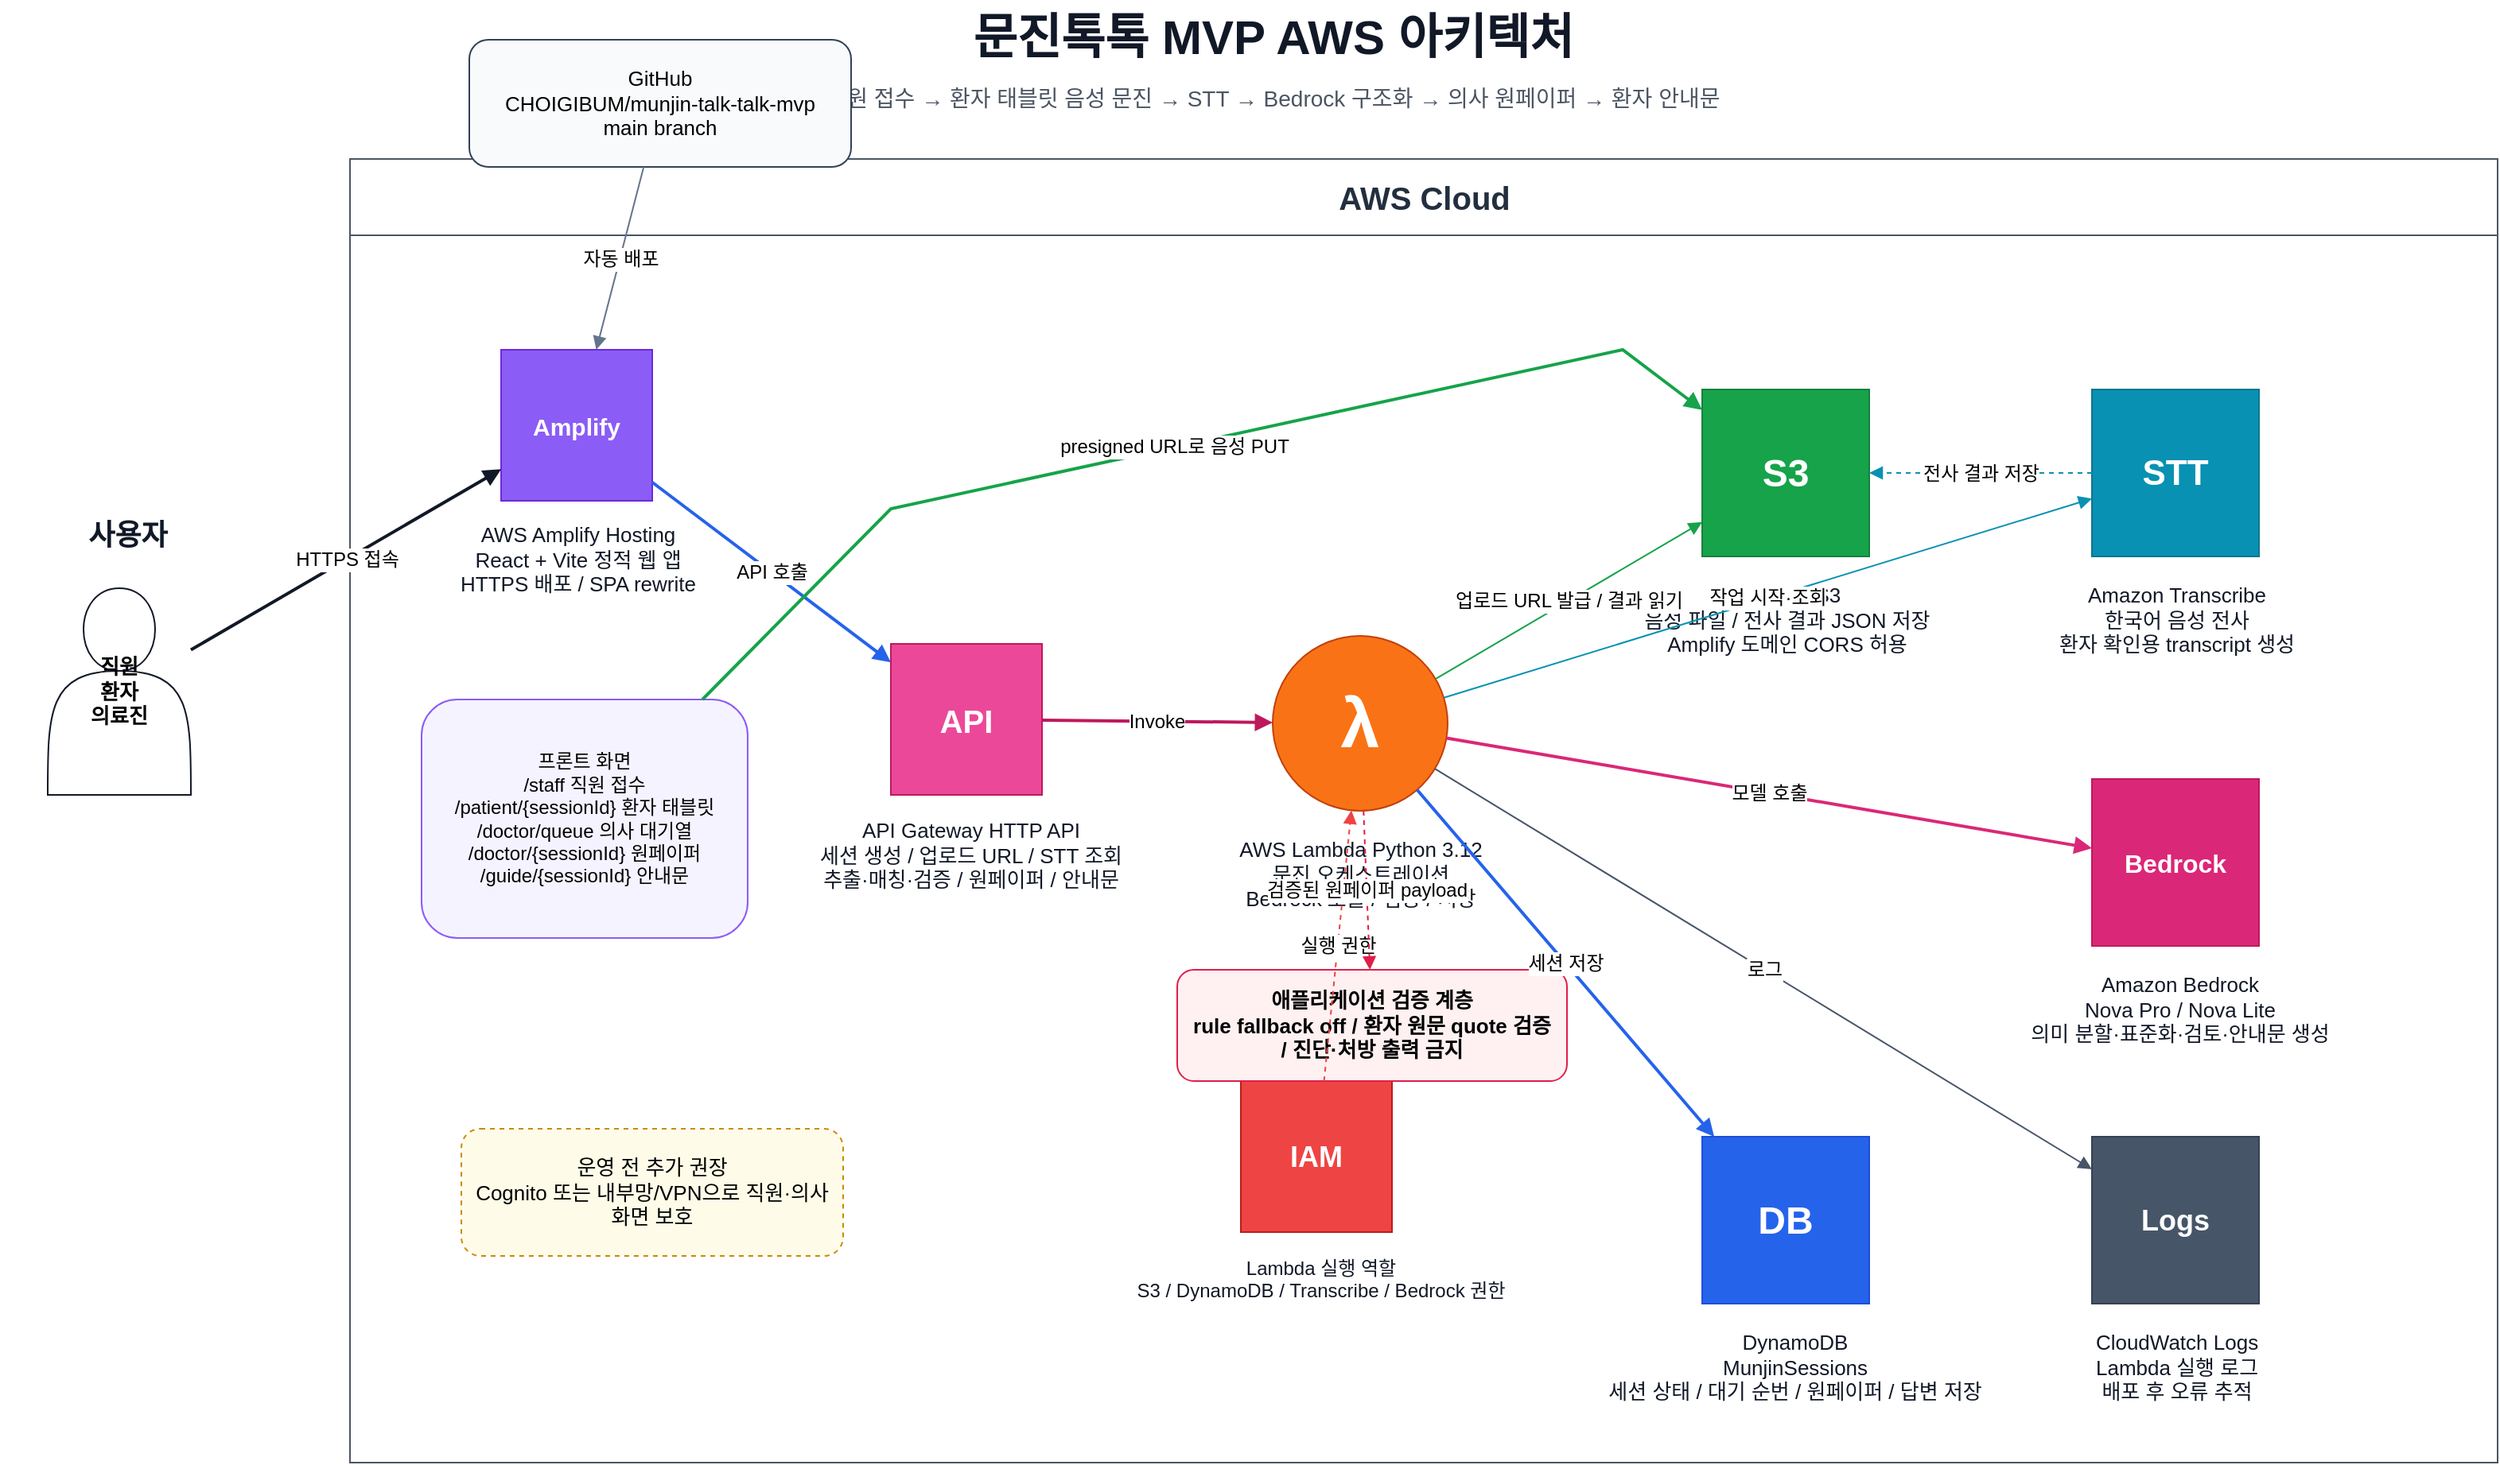
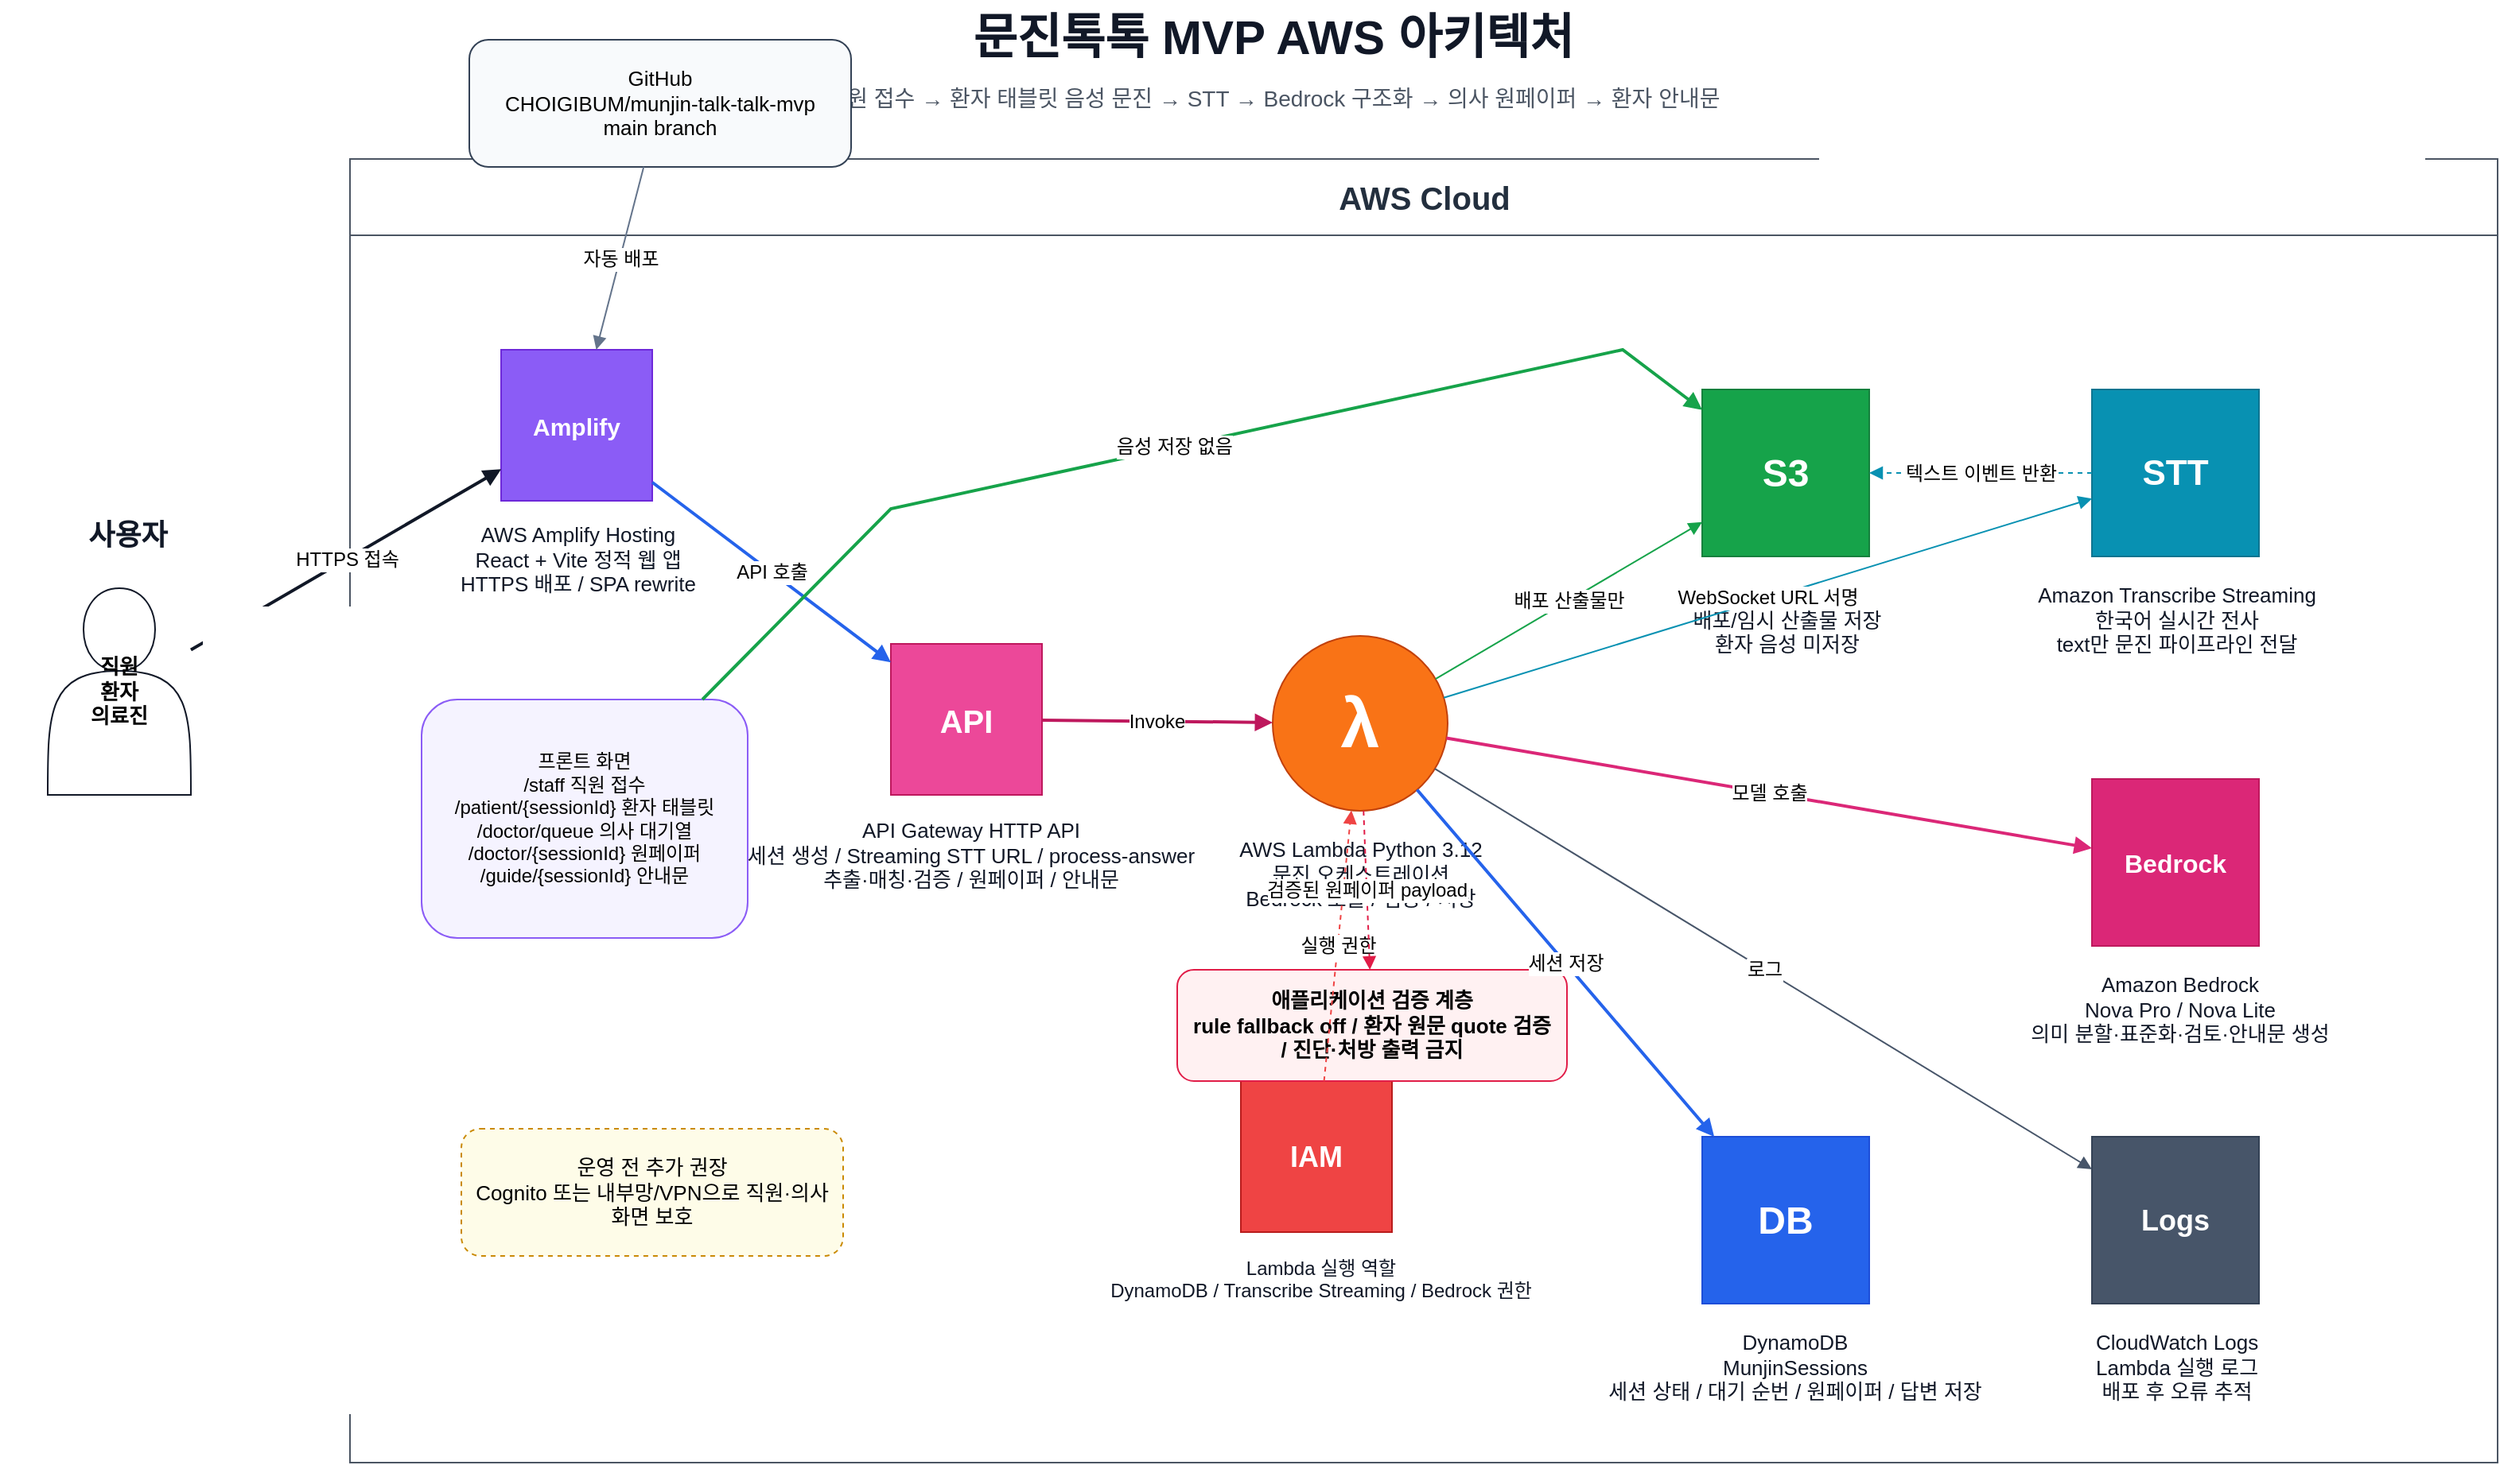
<mxfile host="app.diagrams.net" modified="2026-05-31T04:10:00.000Z" agent="Codex" version="24.7.17" type="device">
  <diagram id="munjin-architecture-ko" name="문진톡톡 MVP 아키텍처">
    <mxGraphModel dx="1700" dy="1050" grid="1" gridSize="10" guides="1" tooltips="1" connect="1" arrows="1" fold="1" page="1" pageScale="1" pageWidth="1700" pageHeight="1050" math="0" shadow="0">
      <root>
        <mxCell id="0" />
        <mxCell id="1" parent="0" />

        <mxCell id="title" value="문진톡톡 MVP AWS 아키텍처" style="text;html=1;strokeColor=none;fillColor=none;fontSize=30;fontStyle=1;fontColor=#111827;align=center;verticalAlign=middle;" vertex="1" parent="1">
          <mxGeometry x="470" y="30" width="760" height="45" as="geometry" />
        </mxCell>
        <mxCell id="subtitle" value="직원 접수 → 환자 태블릿 음성 문진 → STT → Bedrock 구조화 → 의사 원페이퍼 → 환자 안내문" style="text;html=1;strokeColor=none;fillColor=none;fontSize=14;fontColor=#4b5563;align=center;verticalAlign=middle;" vertex="1" parent="1">
          <mxGeometry x="360" y="78" width="980" height="28" as="geometry" />
        </mxCell>

        <mxCell id="awsCloud" value="AWS Cloud" style="swimlane;html=1;rounded=0;strokeColor=#4b5563;fillColor=#ffffff;fontSize=20;fontStyle=1;fontColor=#232f3e;startSize=48;horizontal=1;" vertex="1" parent="1">
          <mxGeometry x="270" y="130" width="1350" height="820" as="geometry" />
        </mxCell>

        <mxCell id="usersTitle" value="사용자" style="text;html=1;strokeColor=none;fillColor=none;fontSize=18;fontStyle=1;fontColor=#111827;align=center;" vertex="1" parent="1">
          <mxGeometry x="50" y="350" width="160" height="35" as="geometry" />
        </mxCell>
        <mxCell id="usersIcon" value="직원&#xa;환자&#xa;의료진" style="shape=actor;whiteSpace=wrap;html=1;fillColor=#ffffff;strokeColor=#111827;fontSize=13;fontStyle=1;" vertex="1" parent="1">
          <mxGeometry x="80" y="400" width="90" height="130" as="geometry" />
        </mxCell>

        <mxCell id="github" value="GitHub&#xa;CHOIGIBUM/munjin-talk-talk-mvp&#xa;main branch" style="rounded=1;whiteSpace=wrap;html=1;fillColor=#f8fafc;strokeColor=#334155;fontSize=13;spacing=8;" vertex="1" parent="1">
          <mxGeometry x="345" y="55" width="240" height="80" as="geometry" />
        </mxCell>

        <mxCell id="amplifyIcon" value="Amplify" style="rounded=0;whiteSpace=wrap;html=1;fillColor=#8b5cf6;strokeColor=#6d28d9;fontColor=#ffffff;fontSize=15;fontStyle=1;align=center;verticalAlign=middle;" vertex="1" parent="awsCloud">
          <mxGeometry x="95" y="120" width="95" height="95" as="geometry" />
        </mxCell>
        <mxCell id="amplifyLabel" value="AWS Amplify Hosting&#xa;React + Vite 정적 웹 앱&#xa;HTTPS 배포 / SPA rewrite" style="text;html=1;strokeColor=none;fillColor=none;fontSize=13;fontColor=#111827;align=center;" vertex="1" parent="awsCloud">
          <mxGeometry x="55" y="222" width="175" height="70" as="geometry" />
        </mxCell>

        <mxCell id="routes" value="프론트 화면&#xa;/staff 직원 접수&#xa;/patient/{sessionId} 환자 태블릿&#xa;/doctor/queue 의사 대기열&#xa;/doctor/{sessionId} 원페이퍼&#xa;/guide/{sessionId} 안내문" style="rounded=1;whiteSpace=wrap;html=1;fillColor=#f5f3ff;strokeColor=#8b5cf6;fontSize=12;spacing=8;" vertex="1" parent="awsCloud">
          <mxGeometry x="45" y="340" width="205" height="150" as="geometry" />
        </mxCell>

        <mxCell id="apiIcon" value="API" style="rounded=0;whiteSpace=wrap;html=1;fillColor=#ec4899;strokeColor=#be185d;fontColor=#ffffff;fontSize=20;fontStyle=1;align=center;verticalAlign=middle;" vertex="1" parent="awsCloud">
          <mxGeometry x="340" y="305" width="95" height="95" as="geometry" />
        </mxCell>
-         <mxCell id="apiLabel" value="API Gateway HTTP API&#xa;세션 생성 / 업로드 URL / STT 조회&#xa;추출·매칭·검증 / 원페이퍼 / 안내문" style="text;html=1;strokeColor=none;fillColor=none;fontSize=13;fontColor=#111827;align=center;" vertex="1" parent="awsCloud">
+         <mxCell id="apiLabel" value="API Gateway HTTP API&#xa;세션 생성 / Streaming STT URL / process-answer&#xa;추출·매칭·검증 / 원페이퍼 / 안내문" style="text;html=1;strokeColor=none;fillColor=none;fontSize=13;fontColor=#111827;align=center;" vertex="1" parent="awsCloud">
          <mxGeometry x="270" y="408" width="240" height="70" as="geometry" />
        </mxCell>

        <mxCell id="lambdaIcon" value="λ" style="ellipse;whiteSpace=wrap;html=1;fillColor=#f97316;strokeColor=#c2410c;fontColor=#ffffff;fontSize=44;fontStyle=1;align=center;verticalAlign=middle;" vertex="1" parent="awsCloud">
          <mxGeometry x="580" y="300" width="110" height="110" as="geometry" />
        </mxCell>
        <mxCell id="lambdaLabel" value="AWS Lambda Python 3.12&#xa;문진 오케스트레이션&#xa;Bedrock 호출 / 검증 / 저장" style="text;html=1;strokeColor=none;fillColor=none;fontSize=13;fontColor=#111827;align=center;" vertex="1" parent="awsCloud">
          <mxGeometry x="520" y="420" width="230" height="65" as="geometry" />
        </mxCell>

        <mxCell id="iamIcon" value="IAM" style="rounded=0;whiteSpace=wrap;html=1;fillColor=#ef4444;strokeColor=#b91c1c;fontColor=#ffffff;fontSize=18;fontStyle=1;align=center;verticalAlign=middle;" vertex="1" parent="awsCloud">
          <mxGeometry x="560" y="580" width="95" height="95" as="geometry" />
        </mxCell>
-         <mxCell id="iamLabel" value="Lambda 실행 역할&#xa;S3 / DynamoDB / Transcribe / Bedrock 권한" style="text;html=1;strokeColor=none;fillColor=none;fontSize=12;fontColor=#111827;align=center;" vertex="1" parent="awsCloud">
+         <mxCell id="iamLabel" value="Lambda 실행 역할&#xa;DynamoDB / Transcribe Streaming / Bedrock 권한" style="text;html=1;strokeColor=none;fillColor=none;fontSize=12;fontColor=#111827;align=center;" vertex="1" parent="awsCloud">
          <mxGeometry x="500" y="684" width="220" height="52" as="geometry" />
        </mxCell>

        <mxCell id="s3Icon" value="S3" style="rounded=0;whiteSpace=wrap;html=1;fillColor=#16a34a;strokeColor=#15803d;fontColor=#ffffff;fontSize=24;fontStyle=1;align=center;verticalAlign=middle;" vertex="1" parent="awsCloud">
          <mxGeometry x="850" y="145" width="105" height="105" as="geometry" />
        </mxCell>
-         <mxCell id="s3Label" value="Amazon S3&#xa;음성 파일 / 전사 결과 JSON 저장&#xa;Amplify 도메인 CORS 허용" style="text;html=1;strokeColor=none;fillColor=none;fontSize=13;fontColor=#111827;align=center;" vertex="1" parent="awsCloud">
+         <mxCell id="s3Label" value="Amazon S3&#xa;배포/임시 산출물 저장&#xa;환자 음성 미저장" style="text;html=1;strokeColor=none;fillColor=none;fontSize=13;fontColor=#111827;align=center;" vertex="1" parent="awsCloud">
          <mxGeometry x="785" y="260" width="235" height="65" as="geometry" />
        </mxCell>

        <mxCell id="transcribeIcon" value="STT" style="rounded=0;whiteSpace=wrap;html=1;fillColor=#0891b2;strokeColor=#0e7490;fontColor=#ffffff;fontSize=22;fontStyle=1;align=center;verticalAlign=middle;" vertex="1" parent="awsCloud">
          <mxGeometry x="1095" y="145" width="105" height="105" as="geometry" />
        </mxCell>
-         <mxCell id="transcribeLabel" value="Amazon Transcribe&#xa;한국어 음성 전사&#xa;환자 확인용 transcript 생성" style="text;html=1;strokeColor=none;fillColor=none;fontSize=13;fontColor=#111827;align=center;" vertex="1" parent="awsCloud">
+         <mxCell id="transcribeLabel" value="Amazon Transcribe Streaming&#xa;한국어 실시간 전사&#xa;text만 문진 파이프라인 전달" style="text;html=1;strokeColor=none;fillColor=none;fontSize=13;fontColor=#111827;align=center;" vertex="1" parent="awsCloud">
          <mxGeometry x="1040" y="260" width="215" height="65" as="geometry" />
        </mxCell>

        <mxCell id="bedrockIcon" value="Bedrock" style="rounded=0;whiteSpace=wrap;html=1;fillColor=#db2777;strokeColor=#be185d;fontColor=#ffffff;fontSize=16;fontStyle=1;align=center;verticalAlign=middle;" vertex="1" parent="awsCloud">
          <mxGeometry x="1095" y="390" width="105" height="105" as="geometry" />
        </mxCell>
        <mxCell id="bedrockLabel" value="Amazon Bedrock&#xa;Nova Pro / Nova Lite&#xa;의미 분할·표준화·검토·안내문 생성" style="text;html=1;strokeColor=none;fillColor=none;fontSize=13;fontColor=#111827;align=center;" vertex="1" parent="awsCloud">
          <mxGeometry x="1015" y="505" width="270" height="65" as="geometry" />
        </mxCell>

        <mxCell id="ddbIcon" value="DB" style="rounded=0;whiteSpace=wrap;html=1;fillColor=#2563eb;strokeColor=#1d4ed8;fontColor=#ffffff;fontSize=24;fontStyle=1;align=center;verticalAlign=middle;" vertex="1" parent="awsCloud">
          <mxGeometry x="850" y="615" width="105" height="105" as="geometry" />
        </mxCell>
        <mxCell id="ddbLabel" value="DynamoDB&#xa;MunjinSessions&#xa;세션 상태 / 대기 순번 / 원페이퍼 / 답변 저장" style="text;html=1;strokeColor=none;fillColor=none;fontSize=13;fontColor=#111827;align=center;" vertex="1" parent="awsCloud">
          <mxGeometry x="785" y="730" width="245" height="65" as="geometry" />
        </mxCell>

        <mxCell id="cloudwatchIcon" value="Logs" style="rounded=0;whiteSpace=wrap;html=1;fillColor=#475569;strokeColor=#334155;fontColor=#ffffff;fontSize=18;fontStyle=1;align=center;verticalAlign=middle;" vertex="1" parent="awsCloud">
          <mxGeometry x="1095" y="615" width="105" height="105" as="geometry" />
        </mxCell>
        <mxCell id="cloudwatchLabel" value="CloudWatch Logs&#xa;Lambda 실행 로그&#xa;배포 후 오류 추적" style="text;html=1;strokeColor=none;fillColor=none;fontSize=13;fontColor=#111827;align=center;" vertex="1" parent="awsCloud">
          <mxGeometry x="1035" y="730" width="225" height="65" as="geometry" />
        </mxCell>

        <mxCell id="guardrail" value="애플리케이션 검증 계층&#xa;rule fallback off / 환자 원문 quote 검증 / 진단·처방 출력 금지" style="rounded=1;whiteSpace=wrap;html=1;fillColor=#fff1f2;strokeColor=#e11d48;fontSize=13;fontStyle=1;spacing=8;" vertex="1" parent="awsCloud">
          <mxGeometry x="520" y="510" width="245" height="70" as="geometry" />
        </mxCell>

        <mxCell id="futureSecurity" value="운영 전 추가 권장&#xa;Cognito 또는 내부망/VPN으로 직원·의사 화면 보호" style="rounded=1;whiteSpace=wrap;html=1;dashed=1;fillColor=#fefce8;strokeColor=#ca8a04;fontSize=13;spacing=8;" vertex="1" parent="awsCloud">
          <mxGeometry x="70" y="610" width="240" height="80" as="geometry" />
        </mxCell>

        <mxCell id="eGitAmplify" value="자동 배포" style="endArrow=block;html=1;rounded=0;strokeColor=#64748b;fontSize=12;" edge="1" parent="1" source="github" target="amplifyIcon">
          <mxGeometry relative="1" as="geometry" />
        </mxCell>
        <mxCell id="eUserAmplify" value="HTTPS 접속" style="endArrow=block;html=1;rounded=0;strokeColor=#111827;fontSize=12;strokeWidth=2;" edge="1" parent="1" source="usersIcon" target="amplifyIcon">
          <mxGeometry relative="1" as="geometry" />
        </mxCell>
        <mxCell id="eAmplifyApi" value="API 호출" style="endArrow=block;html=1;rounded=0;strokeColor=#2563eb;fontSize=12;strokeWidth=2;" edge="1" parent="1" source="amplifyIcon" target="apiIcon">
          <mxGeometry relative="1" as="geometry" />
        </mxCell>
        <mxCell id="eApiLambda" value="Invoke" style="endArrow=block;html=1;rounded=0;strokeColor=#be185d;fontSize=12;strokeWidth=2;" edge="1" parent="1" source="apiIcon" target="lambdaIcon">
          <mxGeometry relative="1" as="geometry" />
        </mxCell>
-         <mxCell id="ePatientS3" value="presigned URL로 음성 PUT" style="endArrow=block;html=1;rounded=0;strokeColor=#16a34a;fontSize=12;strokeWidth=2;" edge="1" parent="1" source="routes" target="s3Icon">
+         <mxCell id="ePatientS3" value="음성 저장 없음" style="endArrow=block;html=1;rounded=0;strokeColor=#16a34a;fontSize=12;strokeWidth=2;" edge="1" parent="1" source="routes" target="s3Icon">
          <mxGeometry relative="1" as="geometry">
            <Array as="points">
              <mxPoint x="610" y="350" />
              <mxPoint x="1070" y="250" />
            </Array>
          </mxGeometry>
        </mxCell>
-         <mxCell id="eLambdaS3" value="업로드 URL 발급 / 결과 읽기" style="endArrow=block;html=1;rounded=0;strokeColor=#16a34a;fontSize=12;" edge="1" parent="1" source="lambdaIcon" target="s3Icon">
+         <mxCell id="eLambdaS3" value="배포 산출물만" style="endArrow=block;html=1;rounded=0;strokeColor=#16a34a;fontSize=12;" edge="1" parent="1" source="lambdaIcon" target="s3Icon">
          <mxGeometry relative="1" as="geometry" />
        </mxCell>
-         <mxCell id="eLambdaTranscribe" value="작업 시작·조회" style="endArrow=block;html=1;rounded=0;strokeColor=#0891b2;fontSize=12;" edge="1" parent="1" source="lambdaIcon" target="transcribeIcon">
+         <mxCell id="eLambdaTranscribe" value="WebSocket URL 서명" style="endArrow=block;html=1;rounded=0;strokeColor=#0891b2;fontSize=12;" edge="1" parent="1" source="lambdaIcon" target="transcribeIcon">
          <mxGeometry relative="1" as="geometry" />
        </mxCell>
-         <mxCell id="eTranscribeS3" value="전사 결과 저장" style="endArrow=block;html=1;rounded=0;strokeColor=#0891b2;fontSize=12;dashed=1;" edge="1" parent="1" source="transcribeIcon" target="s3Icon">
+         <mxCell id="eTranscribeS3" value="텍스트 이벤트 반환" style="endArrow=block;html=1;rounded=0;strokeColor=#0891b2;fontSize=12;dashed=1;" edge="1" parent="1" source="transcribeIcon" target="s3Icon">
          <mxGeometry relative="1" as="geometry" />
        </mxCell>
        <mxCell id="eLambdaBedrock" value="모델 호출" style="endArrow=block;html=1;rounded=0;strokeColor=#db2777;fontSize=12;strokeWidth=2;" edge="1" parent="1" source="lambdaIcon" target="bedrockIcon">
          <mxGeometry relative="1" as="geometry" />
        </mxCell>
        <mxCell id="eLambdaDdb" value="세션 저장" style="endArrow=block;html=1;rounded=0;strokeColor=#2563eb;fontSize=12;strokeWidth=2;" edge="1" parent="1" source="lambdaIcon" target="ddbIcon">
          <mxGeometry relative="1" as="geometry" />
        </mxCell>
        <mxCell id="eLambdaLogs" value="로그" style="endArrow=block;html=1;rounded=0;strokeColor=#475569;fontSize=12;" edge="1" parent="1" source="lambdaIcon" target="cloudwatchIcon">
          <mxGeometry relative="1" as="geometry" />
        </mxCell>
        <mxCell id="eIamLambda" value="실행 권한" style="endArrow=block;html=1;rounded=0;strokeColor=#ef4444;fontSize=12;dashed=1;" edge="1" parent="1" source="iamIcon" target="lambdaIcon">
          <mxGeometry relative="1" as="geometry" />
        </mxCell>
        <mxCell id="eGuardLambda" value="검증된 원페이퍼 payload" style="endArrow=block;html=1;rounded=0;strokeColor=#e11d48;fontSize=12;dashed=1;" edge="1" parent="1" source="lambdaIcon" target="guardrail">
          <mxGeometry relative="1" as="geometry" />
        </mxCell>
      </root>
    </mxGraphModel>
  </diagram>
</mxfile>
